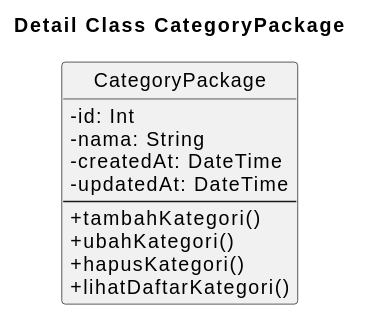
janbu12/nemafi-be keeps this PlantUML diagram as docs/plantuml/detail-classes/detail-class-category-package.svg. Above is the earlier version. Its diagram source:
```plantuml
@startuml
title Detail Class CategoryPackage

skinparam classAttributeIconSize 0
hide circle

class CategoryPackage {
  - id: Int
  - nama: String
  - createdAt: DateTime
  - updatedAt: DateTime
  --
  + tambahKategori()
  + ubahKategori()
  + hapusKategori()
  + lihatDaftarKategori()
}
@enduml
```
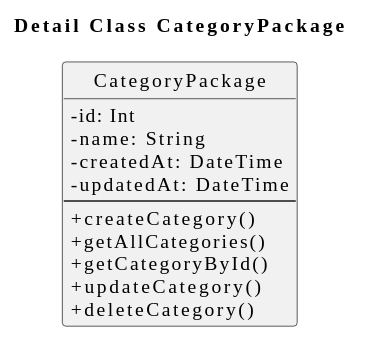
Later version of the same file.

What changed in the source:
```diff
@@ -2,17 +2,20 @@
 title Detail Class CategoryPackage
 
 skinparam classAttributeIconSize 0
+skinparam shadowing false
+skinparam defaultFontName "Times New Roman"
 hide circle
 
 class CategoryPackage {
   - id: Int
-  - nama: String
+  - name: String
   - createdAt: DateTime
   - updatedAt: DateTime
   --
-  + tambahKategori()
-  + ubahKategori()
-  + hapusKategori()
-  + lihatDaftarKategori()
+  + createCategory()
+  + getAllCategories()
+  + getCategoryById()
+  + updateCategory()
+  + deleteCategory()
 }
 @enduml
```
